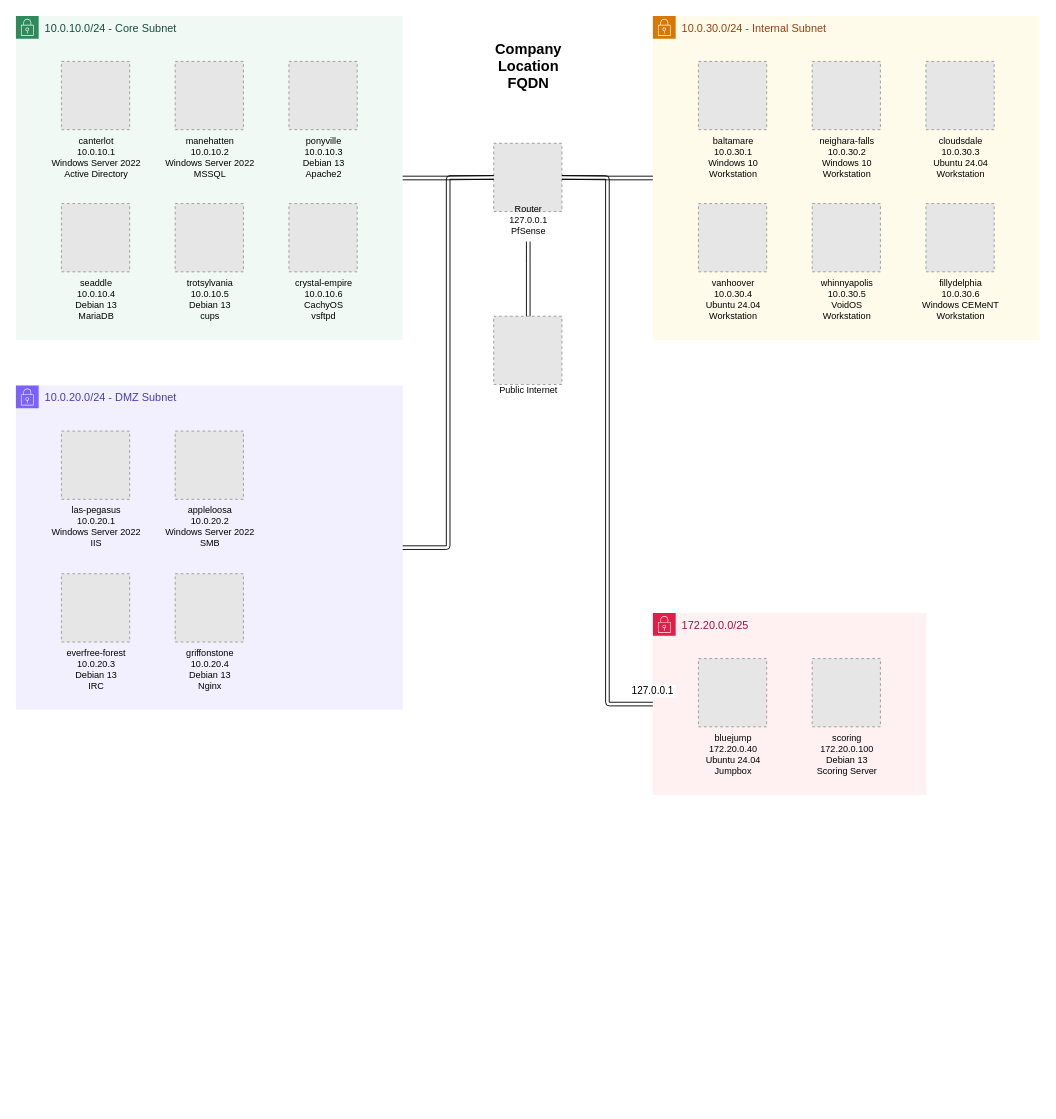
Before: greyteam/diagrams/network_diagram.drawio in Guac0/2255-CSEC473-Alpha, a draw.io diagram. Source tidied: cells renumbered, new cells numbered last; positions are measured from the earlier drawing's top-left corner, leaving out a move shared by most shapes. Both pictures are drawn from the tidied source at 91%, with x=0, y=0 at pixel (15, 15). Pictures stored in the file or linked from it are replaced by grey dashed boxes.
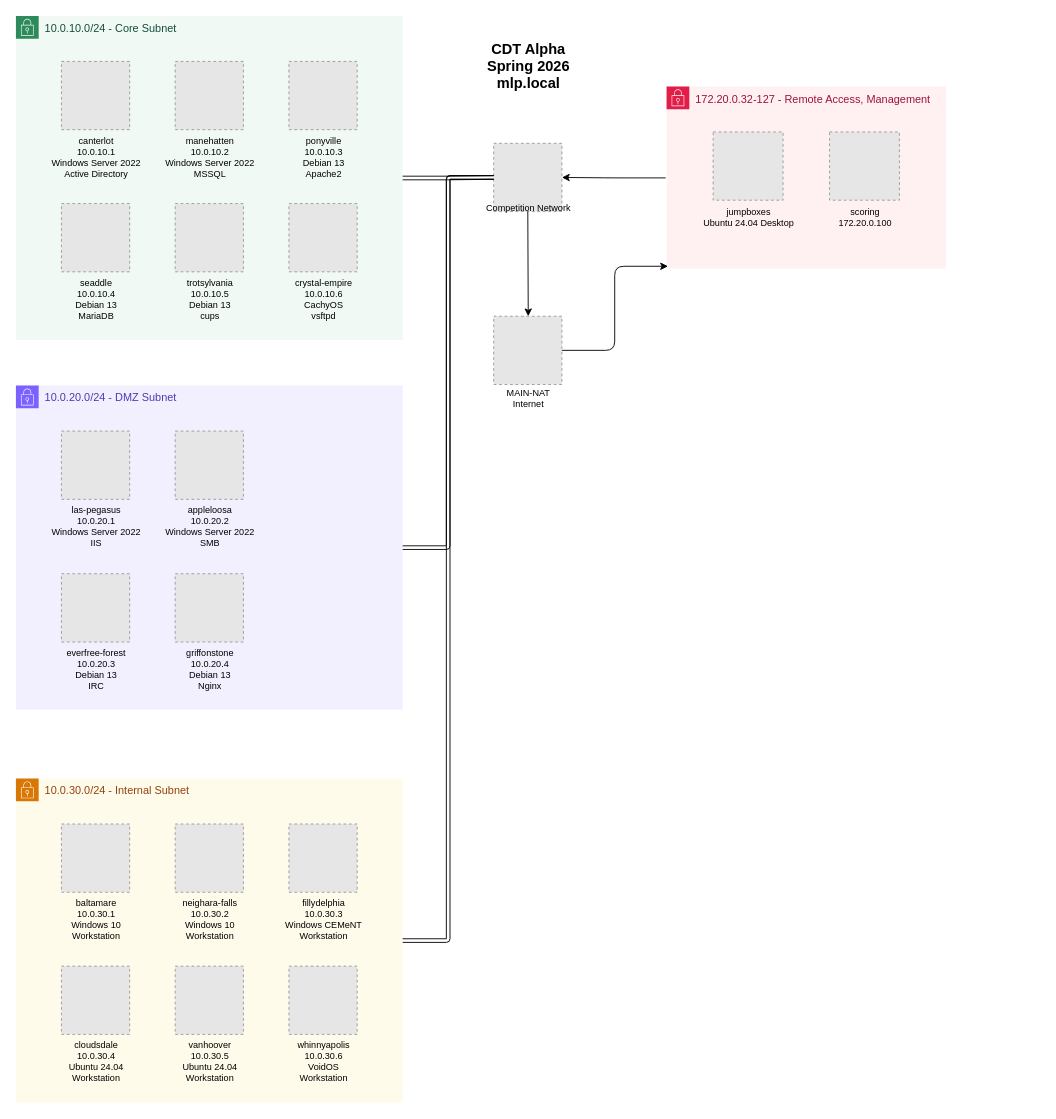
Above is the later version.

Commit message:
diagrams - update topo diagram

What changed in the source:
```diff
@@
-    <mxCell id="2" value="Company&lt;br/&gt;Location&lt;br/&gt;FQDN" style="text;whiteSpace=nowrap;rounded=0;fillColor=none;strokeColor=none;dashed=0;html=1;fontFamily=Helvetica;fontStyle=1;fontSize=16;fontColor=#000000;labelPosition=center;align=center;horizontal=1;" parent="1" vertex="1">
+    <mxCell id="2" value="&lt;div&gt;CDT Alpha&lt;/div&gt;&lt;div&gt;Spring 2026&lt;/div&gt;mlp.local" style="text;whiteSpace=nowrap;rounded=0;fillColor=none;strokeColor=none;dashed=0;html=1;fontFamily=Helvetica;fontStyle=1;fontSize=16;fontColor=#000000;labelPosition=center;align=center;horizontal=1;" parent="1" vertex="1">
       <mxGeometry x="525" y="20" width="75" height="75" as="geometry" />
     </mxCell>
-    <mxCell id="3" value="Router&lt;br/&gt;127.0.0.1&lt;br/&gt;PfSense" style="fillColor=#E6E6E6;strokeColor=#999999;dashed=1;whiteSpace=nowrap;verticalLabelPosition=bottom;verticalAlign=bottom;html=1;fontFamily=Helvetica;fontSize=10;fontColor=#000000;labelPosition=center;spacingBottom=45;align=center;" parent="1" vertex="1">
+    <mxCell id="3" value="Competition Network" style="fillColor=#E6E6E6;strokeColor=#999999;dashed=1;whiteSpace=nowrap;verticalLabelPosition=bottom;verticalAlign=bottom;html=1;fontFamily=Helvetica;fontSize=10;fontColor=#000000;labelPosition=center;spacingBottom=70;align=center;" parent="1" vertex="1">
       <mxGeometry x="525" y="140" width="75" height="75" as="geometry" />
     </mxCell>
-    <mxCell id="4" value="Public Internet" style="fillColor=#E6E6E6;strokeColor=#999999;dashed=1;whiteSpace=nowrap;verticalLabelPosition=bottom;verticalAlign=bottom;html=1;fontFamily=Helvetica;fontSize=10;fontColor=#000000;labelPosition=center;spacingBottom=60;align=center;" parent="1" vertex="1">
+    <mxCell id="4" value="&lt;div&gt;&lt;br&gt;&lt;/div&gt;MAIN-NAT&lt;div&gt;Internet&lt;/div&gt;" style="fillColor=#E6E6E6;strokeColor=#999999;dashed=1;whiteSpace=nowrap;verticalLabelPosition=bottom;verticalAlign=bottom;html=1;fontFamily=Helvetica;fontSize=10;fontColor=#000000;labelPosition=center;spacingBottom=45;align=center;" parent="1" vertex="1">
       <mxGeometry x="525" y="330" width="75" height="75" as="geometry" />
     </mxCell>
@@
     <mxCell id="19" value="10.0.30.0/24 - Internal Subnet" style="whiteSpace=wrap;rounded=0;fillColor=#FFFBEB;strokeColor=#D97706;dashed=0;html=1;fontSize=12;fontStyle=0;shape=mxgraph.aws4.group;grIcon=mxgraph.aws4.group_security_group;grStroke=0;verticalAlign=top;align=left;spacingLeft=30;fontColor=#92400E;" parent="1" vertex="1">
-      <mxGeometry x="700" width="425" height="356.2" as="geometry" />
+      <mxGeometry y="838" width="425" height="356.2" as="geometry" />
     </mxCell>
@@
-    <mxCell id="22" value="cloudsdale&lt;br/&gt;10.0.30.3&lt;br/&gt;Ubuntu 24.04&lt;br/&gt;Workstation" style="fillColor=#E6E6E6;strokeColor=#999999;dashed=1;whiteSpace=nowrap;verticalLabelPosition=bottom;verticalAlign=top;html=1;fontFamily=Helvetica;fontSize=10;fontColor=#000000;labelPosition=center;align=center;" parent="19" vertex="1">
-      <mxGeometry x="300" y="50" width="75" height="75" as="geometry" />
+    <mxCell id="22" value="cloudsdale&lt;br&gt;10.0.30.4&lt;br&gt;Ubuntu 24.04&lt;br&gt;Workstation" style="fillColor=#E6E6E6;strokeColor=#999999;dashed=1;whiteSpace=nowrap;verticalLabelPosition=bottom;verticalAlign=top;html=1;fontFamily=Helvetica;fontSize=10;fontColor=#000000;labelPosition=center;align=center;" parent="19" vertex="1">
+      <mxGeometry x="50" y="206.2" width="75" height="75" as="geometry" />
     </mxCell>
-    <mxCell id="23" value="vanhoover&lt;br/&gt;10.0.30.4&lt;br/&gt;Ubuntu 24.04&lt;br/&gt;Workstation" style="fillColor=#E6E6E6;strokeColor=#999999;dashed=1;whiteSpace=nowrap;verticalLabelPosition=bottom;verticalAlign=top;html=1;fontFamily=Helvetica;fontSize=10;fontColor=#000000;labelPosition=center;align=center;" parent="19" vertex="1">
-      <mxGeometry x="50" y="206.2" width="75" height="75" as="geometry" />
+    <mxCell id="23" value="vanhoover&lt;br&gt;10.0.30.5&lt;br&gt;Ubuntu 24.04&lt;br&gt;Workstation" style="fillColor=#E6E6E6;strokeColor=#999999;dashed=1;whiteSpace=nowrap;verticalLabelPosition=bottom;verticalAlign=top;html=1;fontFamily=Helvetica;fontSize=10;fontColor=#000000;labelPosition=center;align=center;" parent="19" vertex="1">
+      <mxGeometry x="175" y="206.2" width="75" height="75" as="geometry" />
     </mxCell>
-    <mxCell id="24" value="whinnyapolis&lt;br/&gt;10.0.30.5&lt;br/&gt;VoidOS&lt;br/&gt;Workstation" style="fillColor=#E6E6E6;strokeColor=#999999;dashed=1;whiteSpace=nowrap;verticalLabelPosition=bottom;verticalAlign=top;html=1;fontFamily=Helvetica;fontSize=10;fontColor=#000000;labelPosition=center;align=center;" parent="19" vertex="1">
-      <mxGeometry x="175" y="206.2" width="75" height="75" as="geometry" />
+    <mxCell id="24" value="whinnyapolis&lt;br&gt;10.0.30.6&lt;br&gt;VoidOS&lt;br&gt;Workstation" style="fillColor=#E6E6E6;strokeColor=#999999;dashed=1;whiteSpace=nowrap;verticalLabelPosition=bottom;verticalAlign=top;html=1;fontFamily=Helvetica;fontSize=10;fontColor=#000000;labelPosition=center;align=center;" parent="19" vertex="1">
+      <mxGeometry x="300" y="206.2" width="75" height="75" as="geometry" />
     </mxCell>
-    <mxCell id="25" value="fillydelphia&lt;br/&gt;10.0.30.6&lt;br/&gt;Windows CEMeNT&lt;br/&gt;Workstation" style="fillColor=#E6E6E6;strokeColor=#999999;dashed=1;whiteSpace=nowrap;verticalLabelPosition=bottom;verticalAlign=top;html=1;fontFamily=Helvetica;fontSize=10;fontColor=#000000;labelPosition=center;align=center;" parent="19" vertex="1">
-      <mxGeometry x="300" y="206.2" width="75" height="75" as="geometry" />
+    <mxCell id="25" value="fillydelphia&lt;br&gt;10.0.30.3&lt;br&gt;Windows CEMeNT&lt;br&gt;Workstation" style="fillColor=#E6E6E6;strokeColor=#999999;dashed=1;whiteSpace=nowrap;verticalLabelPosition=bottom;verticalAlign=top;html=1;fontFamily=Helvetica;fontSize=10;fontColor=#000000;labelPosition=center;align=center;" parent="19" vertex="1">
+      <mxGeometry x="300" y="50" width="75" height="75" as="geometry" />
     </mxCell>
@@
-    <mxCell id="27" value="172.20.0.0/25" style="whiteSpace=wrap;rounded=0;fillColor=#FFF1F2;strokeColor=#E11D48;dashed=0;html=1;fontSize=12;fontStyle=0;shape=mxgraph.aws4.group;grIcon=mxgraph.aws4.group_security_group;grStroke=0;verticalAlign=top;align=left;spacingLeft=30;fontColor=#9F1239;" parent="1" vertex="1">
-      <mxGeometry x="700" y="656.2" width="300" height="200" as="geometry" />
+    <mxCell id="27" value="172.20.0.32-127 - Remote Access, Management" style="whiteSpace=wrap;rounded=0;fillColor=#FFF1F2;strokeColor=#E11D48;dashed=0;html=1;fontSize=12;fontStyle=0;shape=mxgraph.aws4.group;grIcon=mxgraph.aws4.group_security_group;grStroke=0;verticalAlign=top;align=left;spacingLeft=30;fontColor=#9F1239;" parent="1" vertex="1">
+      <mxGeometry x="715" y="77.5" width="307" height="200" as="geometry" />
     </mxCell>
-    <mxCell id="28" value="bluejump&lt;br/&gt;172.20.0.40&lt;br/&gt;Ubuntu 24.04&lt;br/&gt;Jumpbox" style="fillColor=#E6E6E6;strokeColor=#999999;dashed=1;whiteSpace=nowrap;verticalLabelPosition=bottom;verticalAlign=top;html=1;fontFamily=Helvetica;fontSize=10;fontColor=#000000;labelPosition=center;align=center;" parent="27" vertex="1">
-      <mxGeometry x="50" y="50" width="75" height="75" as="geometry" />
+    <mxCell id="28" value="jumpboxes&lt;br&gt;Ubuntu 24.04 Desktop" style="fillColor=#E6E6E6;strokeColor=#999999;dashed=1;whiteSpace=nowrap;verticalLabelPosition=bottom;verticalAlign=top;html=1;fontFamily=Helvetica;fontSize=10;fontColor=#000000;labelPosition=center;align=center;" parent="27" vertex="1">
+      <mxGeometry x="51.2" y="50" width="76.8" height="75" as="geometry" />
     </mxCell>
-    <mxCell id="29" value="scoring&lt;br/&gt;172.20.0.100&lt;br/&gt;Debian 13&lt;br/&gt;Scoring Server" style="fillColor=#E6E6E6;strokeColor=#999999;dashed=1;whiteSpace=nowrap;verticalLabelPosition=bottom;verticalAlign=top;html=1;fontFamily=Helvetica;fontSize=10;fontColor=#000000;labelPosition=center;align=center;" parent="27" vertex="1">
-      <mxGeometry x="175" y="50" width="75" height="75" as="geometry" />
+    <mxCell id="29" value="scoring&lt;br&gt;172.20.0.100" style="fillColor=#E6E6E6;strokeColor=#999999;dashed=1;whiteSpace=nowrap;verticalLabelPosition=bottom;verticalAlign=top;html=1;fontFamily=Helvetica;fontSize=10;fontColor=#000000;labelPosition=center;align=center;" parent="27" vertex="1">
+      <mxGeometry x="179.1" y="50" width="76.8" height="75" as="geometry" />
     </mxCell>
-    <mxCell id="30" value="127.0.0.1" style="shape=link;edgeStyle=elbowEdgeStyle;rounded=1;jettySize=auto;endSize=40;startSize=40;" parent="1" edge="1" source="27" target="3">
-      <mxGeometry x="-1" y="-15" relative="1" as="geometry" />
-    </mxCell>
-    <mxCell id="31" style="shape=link;edgeStyle=elbowEdgeStyle;rounded=1;jettySize=auto;targetPerimeterSpacing=33;endSize=30;startSize=30;" parent="1" edge="1" source="4" target="3">
+    <mxCell id="31" style="edgeStyle=elbowEdgeStyle;rounded=1;jettySize=auto;targetPerimeterSpacing=40;exitX=0.5;exitY=1;exitDx=0;exitDy=0;entryX=0.5;entryY=0;entryDx=0;entryDy=0;" parent="1" edge="1" source="3" target="4">
       <mxGeometry relative="1" as="geometry" />
     </mxCell>
+    <mxCell id="32" style="edgeStyle=elbowEdgeStyle;rounded=1;jettySize=auto;targetPerimeterSpacing=40;exitX=1;exitY=0.5;exitDx=0;exitDy=0;entryX=0.005;entryY=0.988;entryDx=0;entryDy=0;entryPerimeter=0;" parent="1" edge="1" source="4" target="27">
+      <mxGeometry relative="1" as="geometry" />
+    </mxCell>
+    <mxCell id="33" style="edgeStyle=elbowEdgeStyle;rounded=1;jettySize=auto;targetPerimeterSpacing=40;entryX=1;entryY=0.5;entryDx=0;entryDy=0;" parent="1" edge="1" target="3">
+      <mxGeometry relative="1" as="geometry">
+        <mxPoint x="714" y="178" as="sourcePoint" />
+      </mxGeometry>
+    </mxCell>
```
